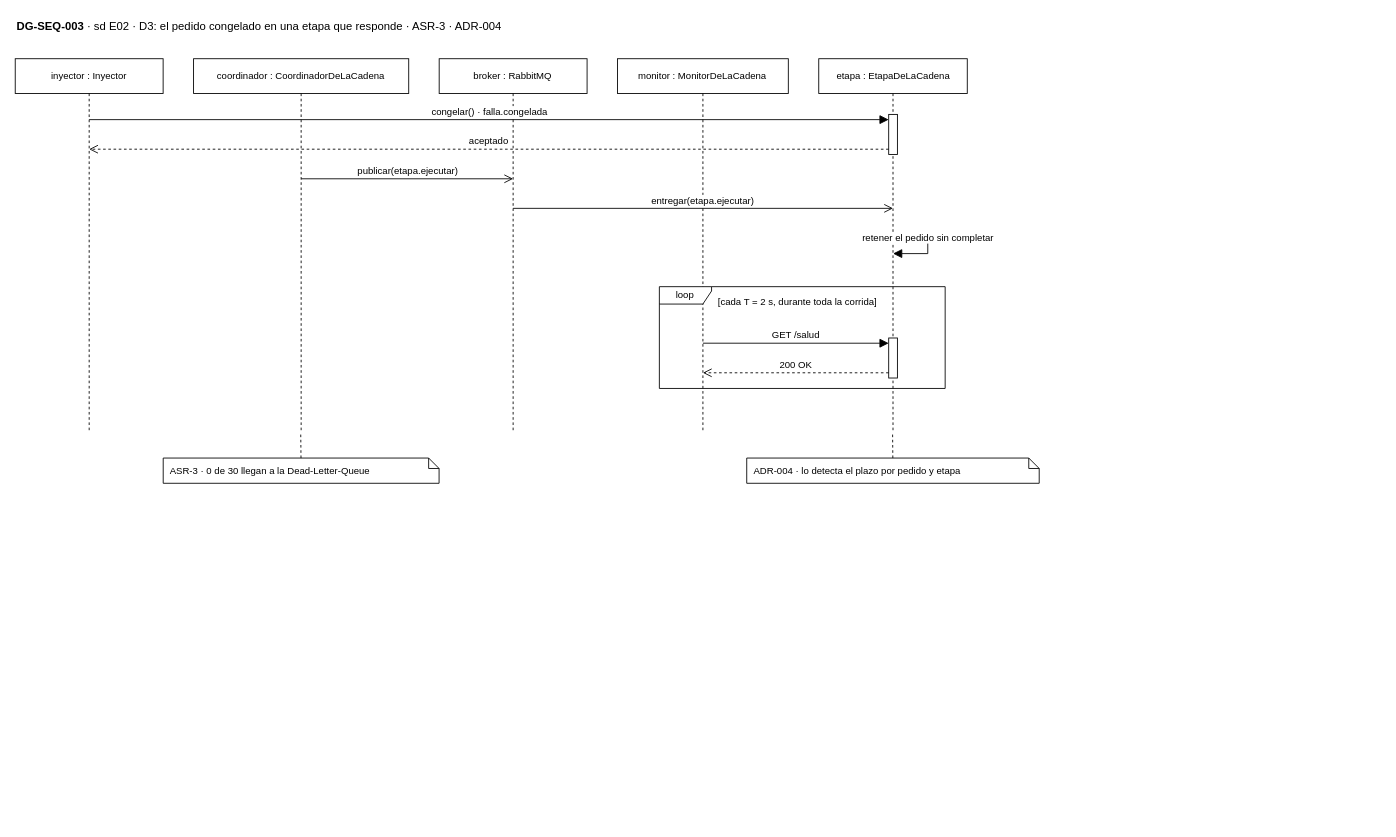
Before: page "DG-SEQ-003 · E02 · D3 pedido congelado" (4 of 5) of docs/modelos/drawio/resultados.drawio in MATI-MBIT/arqsoft-reto-2, a draw.io diagram. Source tidied: cells renumbered, new cells numbered last; positions are measured from the earlier drawing's top-left corner, leaving out a move shared by most shapes. Both pictures are drawn from the tidied source at 87%, with x=0, y=0 at pixel (15, 15).
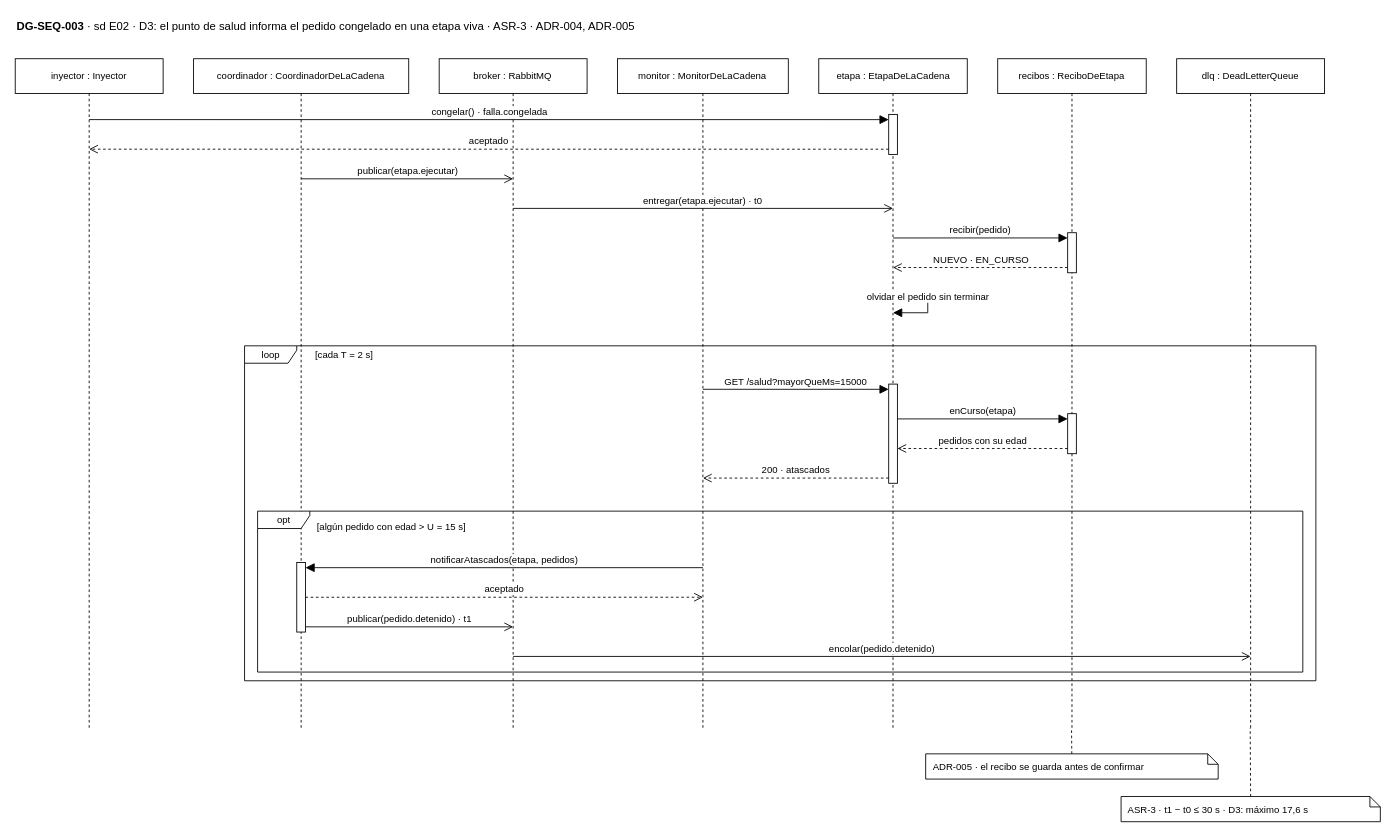
Above is the later version.

Unchanged cells that the change refers to:
```xml
<mxCell id="8" style="html=1;points=[[0,0,0,0,5],[0,1,0,0,-5],[1,0,0,0,5],[1,1,0,0,-5]];perimeter=orthogonalPerimeter;outlineConnect=0;targetShapes=umlLifeline;portConstraint=eastwest;fillColor=#FFFFFF;strokeColor=#000000;" parent="7" vertex="1">
  <mxGeometry x="80.4" y="64" width="10" height="46" as="geometry" />
</mxCell>
```

Change to the diagram source:
```diff
@@
-    <mxCell id="2" value="&lt;b&gt;DG-SEQ-003&lt;/b&gt; · sd E02 · D3: el pedido congelado en una etapa que responde · ASR-3 · ADR-004" style="text;html=1;align=left;verticalAlign=middle;fontSize=13;" parent="1" vertex="1">
-      <mxGeometry width="1094.3" height="24" as="geometry" />
+    <mxCell id="2" value="&lt;b&gt;DG-SEQ-003&lt;/b&gt; · sd E02 · D3: el punto de salud informa el pedido congelado en una etapa viva · ASR-3 · ADR-004, ADR-005" style="text;html=1;align=left;verticalAlign=middle;fontSize=13;" parent="1" vertex="1">
+      <mxGeometry width="1505" height="24" as="geometry" />
     </mxCell>
     <mxCell id="3" value="inyector : Inyector" style="shape=umlLifeline;perimeter=lifelinePerimeter;whiteSpace=wrap;html=1;outlineConnect=0;portConstraint=eastwest;size=40;fontSize=11;fillColor=#FFFFFF;strokeColor=#000000;" parent="1" vertex="1">
-      <mxGeometry y="50" width="170" height="429" as="geometry" />
+      <mxGeometry y="50" width="170" height="769" as="geometry" />
     </mxCell>
     <mxCell id="4" value="coordinador : CoordinadorDeLaCadena" style="shape=umlLifeline;perimeter=lifelinePerimeter;whiteSpace=wrap;html=1;outlineConnect=0;portConstraint=eastwest;size=40;fontSize=11;fillColor=#FFFFFF;strokeColor=#000000;" parent="1" vertex="1">
-      <mxGeometry x="205" y="50" width="247.3" height="429" as="geometry" />
+      <mxGeometry x="205" y="50" width="247.3" height="769" as="geometry" />
     </mxCell>
     <mxCell id="5" value="broker : RabbitMQ" style="shape=umlLifeline;perimeter=lifelinePerimeter;whiteSpace=wrap;html=1;outlineConnect=0;portConstraint=eastwest;size=40;fontSize=11;fillColor=#FFFFFF;strokeColor=#000000;" parent="1" vertex="1">
-      <mxGeometry x="487.3" y="50" width="170" height="429" as="geometry" />
+      <mxGeometry x="487.3" y="50" width="170" height="769" as="geometry" />
     </mxCell>
     <mxCell id="6" value="monitor : MonitorDeLaCadena" style="shape=umlLifeline;perimeter=lifelinePerimeter;whiteSpace=wrap;html=1;outlineConnect=0;portConstraint=eastwest;size=40;fontSize=11;fillColor=#FFFFFF;strokeColor=#000000;" parent="1" vertex="1">
-      <mxGeometry x="692.3" y="50" width="196.3" height="429" as="geometry" />
+      <mxGeometry x="692.3" y="50" width="196.3" height="769" as="geometry" />
     </mxCell>
     <mxCell id="7" value="etapa : EtapaDeLaCadena" style="shape=umlLifeline;perimeter=lifelinePerimeter;whiteSpace=wrap;html=1;outlineConnect=0;portConstraint=eastwest;size=40;fontSize=11;fillColor=#FFFFFF;strokeColor=#000000;" parent="1" vertex="1">
-      <mxGeometry x="923.6" y="50" width="170.7" height="429" as="geometry" />
+      <mxGeometry x="923.6" y="50" width="170.7" height="769" as="geometry" />
     </mxCell>
+    <mxCell id="23" value="recibos : ReciboDeEtapa" style="shape=umlLifeline;perimeter=lifelinePerimeter;whiteSpace=wrap;html=1;outlineConnect=0;portConstraint=eastwest;size=40;fontSize=11;fillColor=#FFFFFF;strokeColor=#000000;" parent="1" vertex="1">
+      <mxGeometry x="1129.3" y="50" width="170.7" height="769" as="geometry" />
+    </mxCell>
+    <mxCell id="24" value="dlq : DeadLetterQueue" style="shape=umlLifeline;perimeter=lifelinePerimeter;whiteSpace=wrap;html=1;outlineConnect=0;portConstraint=eastwest;size=40;fontSize=11;fillColor=#FFFFFF;strokeColor=#000000;" parent="1" vertex="1">
+      <mxGeometry x="1335" y="50" width="170" height="769" as="geometry" />
+    </mxCell>
@@
-    <mxCell id="9" style="html=1;points=[[0,0,0,0,5],[0,1,0,0,-5],[1,0,0,0,5],[1,1,0,0,-5]];perimeter=orthogonalPerimeter;outlineConnect=0;targetShapes=umlLifeline;portConstraint=eastwest;fillColor=#FFFFFF;strokeColor=#000000;" parent="7" vertex="1">
-      <mxGeometry x="80.4" y="321" width="10" height="46" as="geometry" />
-    </mxCell>
+    <mxCell id="25" style="html=1;points=[[0,0,0,0,5],[0,1,0,0,-5],[1,0,0,0,5],[1,1,0,0,-5]];perimeter=orthogonalPerimeter;outlineConnect=0;targetShapes=umlLifeline;portConstraint=eastwest;fillColor=#FFFFFF;strokeColor=#000000;" parent="23" vertex="1">
+      <mxGeometry x="80.4" y="200" width="10" height="46" as="geometry" />
+    </mxCell>
+    <mxCell id="26" style="html=1;points=[[0,0,0,0,5],[0,1,0,0,-5],[1,0,0,0,5],[1,1,0,0,-5]];perimeter=orthogonalPerimeter;outlineConnect=0;targetShapes=umlLifeline;portConstraint=eastwest;fillColor=#FFFFFF;strokeColor=#000000;" parent="7" vertex="1">
+      <mxGeometry x="80.4" y="374" width="10" height="114" as="geometry" />
+    </mxCell>
+    <mxCell id="27" style="html=1;points=[[0,0,0,0,5],[0,1,0,0,-5],[1,0,0,0,5],[1,1,0,0,-5]];perimeter=orthogonalPerimeter;outlineConnect=0;targetShapes=umlLifeline;portConstraint=eastwest;fillColor=#FFFFFF;strokeColor=#000000;" parent="23" vertex="1">
+      <mxGeometry x="80.4" y="408" width="10" height="46" as="geometry" />
+    </mxCell>
+    <mxCell id="28" style="html=1;points=[[0,0,0,0,5],[0,1,0,0,-5],[1,0,0,0,5],[1,1,0,0,-5]];perimeter=orthogonalPerimeter;outlineConnect=0;targetShapes=umlLifeline;portConstraint=eastwest;fillColor=#FFFFFF;strokeColor=#000000;" parent="4" vertex="1">
+      <mxGeometry x="118.6" y="579" width="10" height="80" as="geometry" />
+    </mxCell>
     <mxCell id="10" value="loop" style="shape=umlFrame;whiteSpace=wrap;html=1;width=60;height=20;fontSize=11;fillColor=#FFFFFF;strokeColor=#000000;" parent="1" vertex="1">
-      <mxGeometry x="740.4" y="312" width="328.5" height="117" as="geometry" />
+      <mxGeometry x="263.6" y="380" width="1231.4" height="385" as="geometry" />
     </mxCell>
-    <mxCell id="11" value="[cada T = 2 s, durante toda la corrida]" style="text;html=1;align=left;verticalAlign=middle;fontSize=11;whiteSpace=wrap;" parent="10" vertex="1">
-      <mxGeometry x="66" width="194.5" height="35" as="geometry" />
+    <mxCell id="11" value="[cada T = 2 s]" style="text;html=1;align=left;verticalAlign=middle;fontSize=11;" parent="10" vertex="1">
+      <mxGeometry x="79" width="105.3" height="20" as="geometry" />
     </mxCell>
+    <mxCell id="29" value="opt" style="shape=umlFrame;whiteSpace=wrap;html=1;width=60;height=20;fontSize=11;fillColor=#FFFFFF;strokeColor=#000000;" parent="1" vertex="1">
+      <mxGeometry x="278.6" y="570" width="1201.4" height="185" as="geometry" />
+    </mxCell>
+    <mxCell id="30" value="[algún pedido con edad &amp;gt; U = 15 s]" style="text;html=1;align=left;verticalAlign=middle;fontSize=11;whiteSpace=wrap;" parent="29" vertex="1">
+      <mxGeometry x="66" width="219.6" height="35" as="geometry" />
+    </mxCell>
-    <mxCell id="12" value="congelar() · falla.congelada" style="html=1;verticalAlign=bottom;endArrow=block;endFill=1;endSize=8;rounded=0;fontSize=11;labelBackgroundColor=#ffffff;exitX=0.5;exitY=0.1632;exitDx=0;exitDy=0;exitPerimeter=0;entryX=0;entryY=0.1304;entryDx=0;entryDy=0;entryPerimeter=0;" parent="1" edge="1" source="3" target="8">
+    <mxCell id="12" value="congelar() · falla.congelada" style="html=1;verticalAlign=bottom;endArrow=block;endFill=1;endSize=8;rounded=0;fontSize=11;labelBackgroundColor=#ffffff;exitX=0.5;exitY=0.091;exitDx=0;exitDy=0;exitPerimeter=0;entryX=0;entryY=0.1304;entryDx=0;entryDy=0;entryPerimeter=0;" parent="1" edge="1" source="3" target="8">
       <mxGeometry relative="1" as="geometry" />
     </mxCell>
-    <mxCell id="13" value="aceptado" style="html=1;verticalAlign=bottom;dashed=1;endArrow=open;endSize=8;rounded=0;fontSize=11;labelBackgroundColor=#ffffff;exitX=0;exitY=0.8696;exitDx=0;exitDy=0;exitPerimeter=0;entryX=0.5;entryY=0.2424;entryDx=0;entryDy=0;entryPerimeter=0;" parent="1" edge="1" source="8" target="3">
+    <mxCell id="13" value="aceptado" style="html=1;verticalAlign=bottom;dashed=1;endArrow=open;endSize=8;rounded=0;fontSize=11;labelBackgroundColor=#ffffff;exitX=0;exitY=0.8696;exitDx=0;exitDy=0;exitPerimeter=0;entryX=0.5;entryY=0.1352;entryDx=0;entryDy=0;entryPerimeter=0;" parent="1" edge="1" source="8" target="3">
       <mxGeometry relative="1" as="geometry" />
     </mxCell>
-    <mxCell id="14" value="publicar(etapa.ejecutar)" style="html=1;verticalAlign=bottom;endArrow=open;endSize=8;rounded=0;fontSize=11;labelBackgroundColor=#ffffff;exitX=0.5;exitY=0.3217;exitDx=0;exitDy=0;exitPerimeter=0;entryX=0.5;entryY=0.3217;entryDx=0;entryDy=0;entryPerimeter=0;" parent="1" edge="1" source="4" target="5">
+    <mxCell id="14" value="publicar(etapa.ejecutar)" style="html=1;verticalAlign=bottom;endArrow=open;endSize=8;rounded=0;fontSize=11;labelBackgroundColor=#ffffff;exitX=0.5;exitY=0.1795;exitDx=0;exitDy=0;exitPerimeter=0;entryX=0.5;entryY=0.1795;entryDx=0;entryDy=0;entryPerimeter=0;" parent="1" edge="1" source="4" target="5">
       <mxGeometry relative="1" as="geometry" />
     </mxCell>
-    <mxCell id="15" value="entregar(etapa.ejecutar)" style="html=1;verticalAlign=bottom;endArrow=open;endSize=8;rounded=0;fontSize=11;labelBackgroundColor=#ffffff;exitX=0.5;exitY=0.4009;exitDx=0;exitDy=0;exitPerimeter=0;entryX=0.5;entryY=0.4009;entryDx=0;entryDy=0;entryPerimeter=0;" parent="1" edge="1" source="5" target="7">
+    <mxCell id="15" value="entregar(etapa.ejecutar) · t0" style="html=1;verticalAlign=bottom;endArrow=open;endSize=8;rounded=0;fontSize=11;labelBackgroundColor=#ffffff;exitX=0.5;exitY=0.2237;exitDx=0;exitDy=0;exitPerimeter=0;entryX=0.5;entryY=0.2237;entryDx=0;entryDy=0;entryPerimeter=0;" parent="1" edge="1" source="5" target="7">
       <mxGeometry relative="1" as="geometry" />
     </mxCell>
-    <mxCell id="16" value="retener el pedido sin completar" style="html=1;verticalAlign=bottom;endArrow=block;endFill=1;endSize=8;rounded=0;fontSize=11;labelBackgroundColor=#ffffff;exitX=0.5;exitY=0.4802;exitDx=0;exitDy=0;exitPerimeter=0;entryX=0.5;entryY=0.5221;entryDx=0;entryDy=0;entryPerimeter=0;" parent="1" edge="1" source="7" target="7">
-      <mxGeometry relative="1" as="geometry">
-        <Array as="points">
-          <mxPoint x="1048.9" y="256" />
-          <mxPoint x="1048.9" y="274" />
-        </Array>
-      </mxGeometry>
+    <mxCell id="16" value="recibir(pedido)" style="html=1;verticalAlign=bottom;endArrow=block;endFill=1;endSize=8;rounded=0;fontSize=11;labelBackgroundColor=#ffffff;exitX=0.5;exitY=0.2679;exitDx=0;exitDy=0;exitPerimeter=0;entryX=0;entryY=0.1304;entryDx=0;entryDy=0;entryPerimeter=0;" parent="1" edge="1" source="7" target="25">
+      <mxGeometry relative="1" as="geometry" />
     </mxCell>
-    <mxCell id="17" value="GET /salud" style="html=1;verticalAlign=bottom;endArrow=block;endFill=1;endSize=8;rounded=0;fontSize=11;labelBackgroundColor=#ffffff;exitX=0.5;exitY=0.7622;exitDx=0;exitDy=0;exitPerimeter=0;entryX=0;entryY=0.1304;entryDx=0;entryDy=0;entryPerimeter=0;" parent="1" edge="1" source="6" target="9">
+    <mxCell id="17" value="NUEVO · EN_CURSO" style="html=1;verticalAlign=bottom;dashed=1;endArrow=open;endSize=8;rounded=0;fontSize=11;labelBackgroundColor=#ffffff;exitX=0;exitY=0.8696;exitDx=0;exitDy=0;exitPerimeter=0;entryX=0.5;entryY=0.3121;entryDx=0;entryDy=0;entryPerimeter=0;" parent="1" edge="1" source="25" target="7">
       <mxGeometry relative="1" as="geometry" />
     </mxCell>
-    <mxCell id="18" value="200 OK" style="html=1;verticalAlign=bottom;dashed=1;endArrow=open;endSize=8;rounded=0;fontSize=11;labelBackgroundColor=#ffffff;exitX=0;exitY=0.8696;exitDx=0;exitDy=0;exitPerimeter=0;entryX=0.5;entryY=0.8415;entryDx=0;entryDy=0;entryPerimeter=0;" parent="1" edge="1" source="9" target="6">
-      <mxGeometry relative="1" as="geometry" />
+    <mxCell id="18" value="olvidar el pedido sin terminar" style="html=1;verticalAlign=bottom;endArrow=block;endFill=1;endSize=8;rounded=0;fontSize=11;labelBackgroundColor=#ffffff;exitX=0.5;exitY=0.3563;exitDx=0;exitDy=0;exitPerimeter=0;entryX=0.5;entryY=0.3797;entryDx=0;entryDy=0;entryPerimeter=0;" parent="1" edge="1" source="7" target="7">
+      <mxGeometry relative="1" as="geometry">
+        <Array as="points">
+          <mxPoint x="1048.9" y="324" />
+          <mxPoint x="1048.9" y="342" />
+        </Array>
+      </mxGeometry>
     </mxCell>
+    <mxCell id="31" value="GET /salud?mayorQueMs=15000" style="html=1;verticalAlign=bottom;endArrow=block;endFill=1;endSize=8;rounded=0;fontSize=11;labelBackgroundColor=#ffffff;exitX=0.5;exitY=0.4941;exitDx=0;exitDy=0;exitPerimeter=0;entryX=0;entryY=0.0526;entryDx=0;entryDy=0;entryPerimeter=0;" parent="1" edge="1" source="6" target="26">
+      <mxGeometry relative="1" as="geometry" />
+    </mxCell>
+    <mxCell id="32" value="enCurso(etapa)" style="html=1;verticalAlign=bottom;endArrow=block;endFill=1;endSize=8;rounded=0;fontSize=11;labelBackgroundColor=#ffffff;exitX=1;exitY=0.3509;exitDx=0;exitDy=0;exitPerimeter=0;entryX=0;entryY=0.1304;entryDx=0;entryDy=0;entryPerimeter=0;" parent="1" edge="1" source="26" target="27">
+      <mxGeometry relative="1" as="geometry" />
+    </mxCell>
+    <mxCell id="33" value="pedidos con su edad" style="html=1;verticalAlign=bottom;dashed=1;endArrow=open;endSize=8;rounded=0;fontSize=11;labelBackgroundColor=#ffffff;exitX=0;exitY=0.8696;exitDx=0;exitDy=0;exitPerimeter=0;entryX=1;entryY=0.6491;entryDx=0;entryDy=0;entryPerimeter=0;" parent="1" edge="1" source="27" target="26">
+      <mxGeometry relative="1" as="geometry" />
+    </mxCell>
+    <mxCell id="34" value="200 · atascados" style="html=1;verticalAlign=bottom;dashed=1;endArrow=open;endSize=8;rounded=0;fontSize=11;labelBackgroundColor=#ffffff;exitX=0;exitY=0.9474;exitDx=0;exitDy=0;exitPerimeter=0;entryX=0.5;entryY=0.6268;entryDx=0;entryDy=0;entryPerimeter=0;" parent="1" edge="1" source="26" target="6">
+      <mxGeometry relative="1" as="geometry" />
+    </mxCell>
+    <mxCell id="35" value="notificarAtascados(etapa, pedidos)" style="html=1;verticalAlign=bottom;endArrow=block;endFill=1;endSize=8;rounded=0;fontSize=11;labelBackgroundColor=#ffffff;exitX=0.5;exitY=0.7607;exitDx=0;exitDy=0;exitPerimeter=0;entryX=1;entryY=0.075;entryDx=0;entryDy=0;entryPerimeter=0;" parent="1" edge="1" source="6" target="28">
+      <mxGeometry relative="1" as="geometry" />
+    </mxCell>
+    <mxCell id="36" value="aceptado" style="html=1;verticalAlign=bottom;dashed=1;endArrow=open;endSize=8;rounded=0;fontSize=11;labelBackgroundColor=#ffffff;exitX=1;exitY=0.5;exitDx=0;exitDy=0;exitPerimeter=0;entryX=0.5;entryY=0.8049;entryDx=0;entryDy=0;entryPerimeter=0;" parent="1" edge="1" source="28" target="6">
+      <mxGeometry relative="1" as="geometry" />
+    </mxCell>
+    <mxCell id="37" value="publicar(pedido.detenido) · t1" style="html=1;verticalAlign=bottom;endArrow=open;endSize=8;rounded=0;fontSize=11;labelBackgroundColor=#ffffff;exitX=1;exitY=0.925;exitDx=0;exitDy=0;exitPerimeter=0;entryX=0.5;entryY=0.8492;entryDx=0;entryDy=0;entryPerimeter=0;" parent="1" edge="1" source="28" target="5">
+      <mxGeometry relative="1" as="geometry" />
+    </mxCell>
+    <mxCell id="38" value="encolar(pedido.detenido)" style="html=1;verticalAlign=bottom;endArrow=open;endSize=8;rounded=0;fontSize=11;labelBackgroundColor=#ffffff;exitX=0.5;exitY=0.8934;exitDx=0;exitDy=0;exitPerimeter=0;entryX=0.5;entryY=0.8934;entryDx=0;entryDy=0;entryPerimeter=0;" parent="1" edge="1" source="5" target="24">
+      <mxGeometry relative="1" as="geometry" />
+    </mxCell>
+    <mxCell id="39" value="ADR-005 · el recibo se guarda antes de confirmar" style="shape=note;whiteSpace=wrap;html=1;size=12;fillColor=#FFFFFF;strokeColor=#000000;fontSize=11;align=left;spacingLeft=6;" parent="1" vertex="1">
+      <mxGeometry x="1046.5" y="849" width="336.2" height="29" as="geometry" />
+    </mxCell>
+    <mxCell id="40" style="endArrow=none;dashed=1;html=1;" parent="1" edge="1" source="39" target="23">
+      <mxGeometry relative="1" as="geometry" />
+    </mxCell>
-    <mxCell id="19" value="ASR-3 · 0 de 30 llegan a la Dead-Letter-Queue" style="shape=note;whiteSpace=wrap;html=1;size=12;fillColor=#FFFFFF;strokeColor=#000000;fontSize=11;align=left;spacingLeft=6;" parent="1" vertex="1">
-      <mxGeometry x="170.1" y="509" width="317.1" height="29" as="geometry" />
+    <mxCell id="19" value="ASR-3 · t1 − t0 ≤ 30 s · D3: máximo 17,6 s" style="shape=note;whiteSpace=wrap;html=1;size=12;fillColor=#FFFFFF;strokeColor=#000000;fontSize=11;align=left;spacingLeft=6;" parent="1" vertex="1">
+      <mxGeometry x="1271.1" y="898" width="298" height="29" as="geometry" />
     </mxCell>
-    <mxCell id="20" style="endArrow=none;dashed=1;html=1;" parent="1" edge="1" source="19" target="4">
+    <mxCell id="20" style="endArrow=none;dashed=1;html=1;" parent="1" edge="1" source="19" target="24">
       <mxGeometry relative="1" as="geometry" />
     </mxCell>
-    <mxCell id="21" value="ADR-004 · lo detecta el plazo por pedido y etapa" style="shape=note;whiteSpace=wrap;html=1;size=12;fillColor=#FFFFFF;strokeColor=#000000;fontSize=11;align=left;spacingLeft=6;" parent="1" vertex="1">
-      <mxGeometry x="840.8" y="509" width="336.2" height="29" as="geometry" />
-    </mxCell>
-    <mxCell id="22" style="endArrow=none;dashed=1;html=1;" parent="1" edge="1" source="21" target="7">
-      <mxGeometry relative="1" as="geometry" />
-    </mxCell>
```
